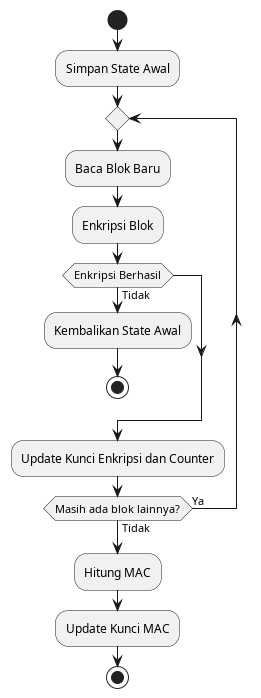
Before: resources/ch-3/enc.png, a diagram exported from PlantUML (bayusamudra5502/ta-kriptografi). Source of this version:
```plantuml
@startuml ""

start

:Simpan State Awal;

repeat ;
  :Baca Blok Baru;
  :Enkripsi Blok;

  if (Enkripsi Berhasil) then (Tidak)
    :Kembalikan State Awal;
    stop;
  endif

  :Update Kunci Enkripsi dan Counter;

repeat while (Masih ada blok lainnya?) is (Ya) not (Tidak)

:Hitung MAC;
:Update Kunci MAC;

stop

@enduml
```
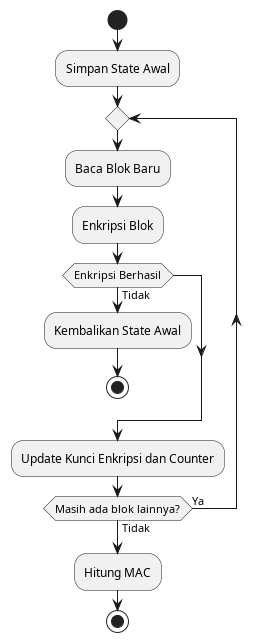
Above is the later version.

What changed in the source:
```diff
@@ -18,7 +18,6 @@
 repeat while (Masih ada blok lainnya?) is (Ya) not (Tidak)
 
 :Hitung MAC;
-:Update Kunci MAC;
 
 stop
 
```
